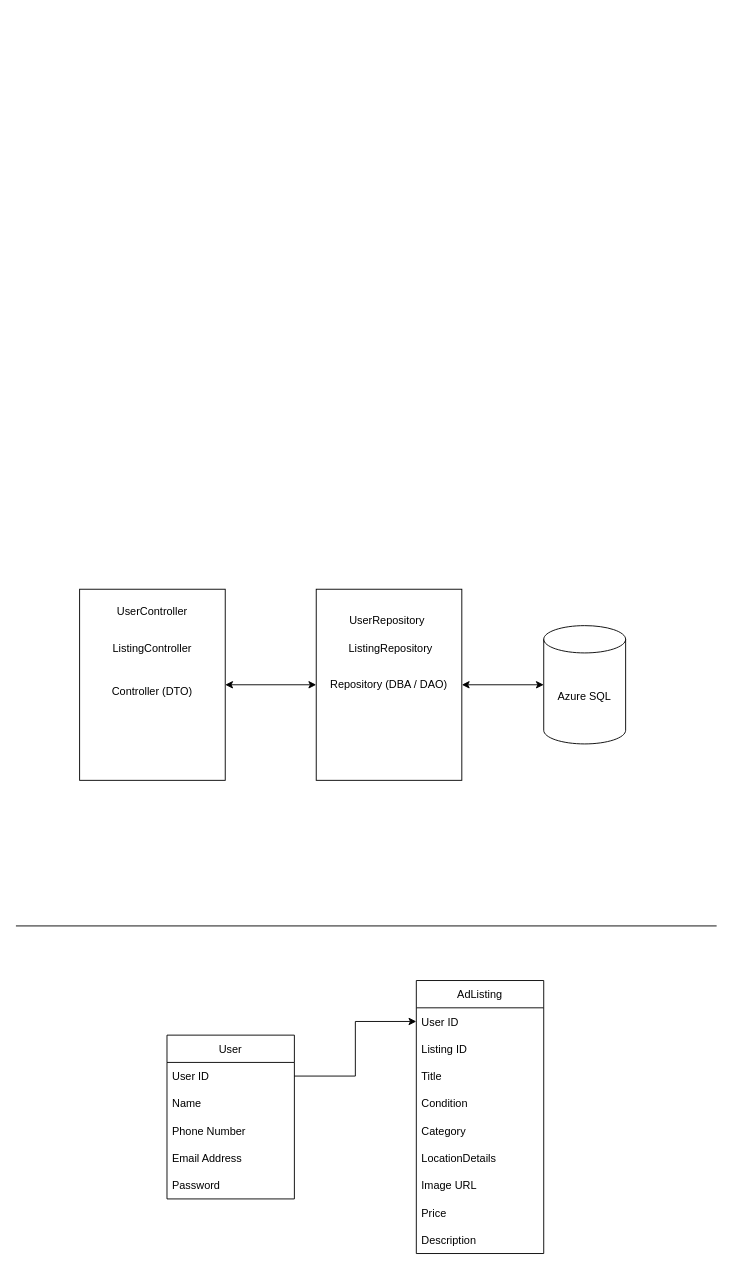
The draw.io diagram docs/drawio/Untitled Diagram.drawio in devin-efendy/fujiji, before the edit. Source tidied: cells renumbered, new cells numbered last; positions are measured from the earlier drawing's top-left corner, leaving out a move shared by most shapes. Both pictures are drawn from the tidied source at 91%, with x=0, y=0 at pixel (15, 589).
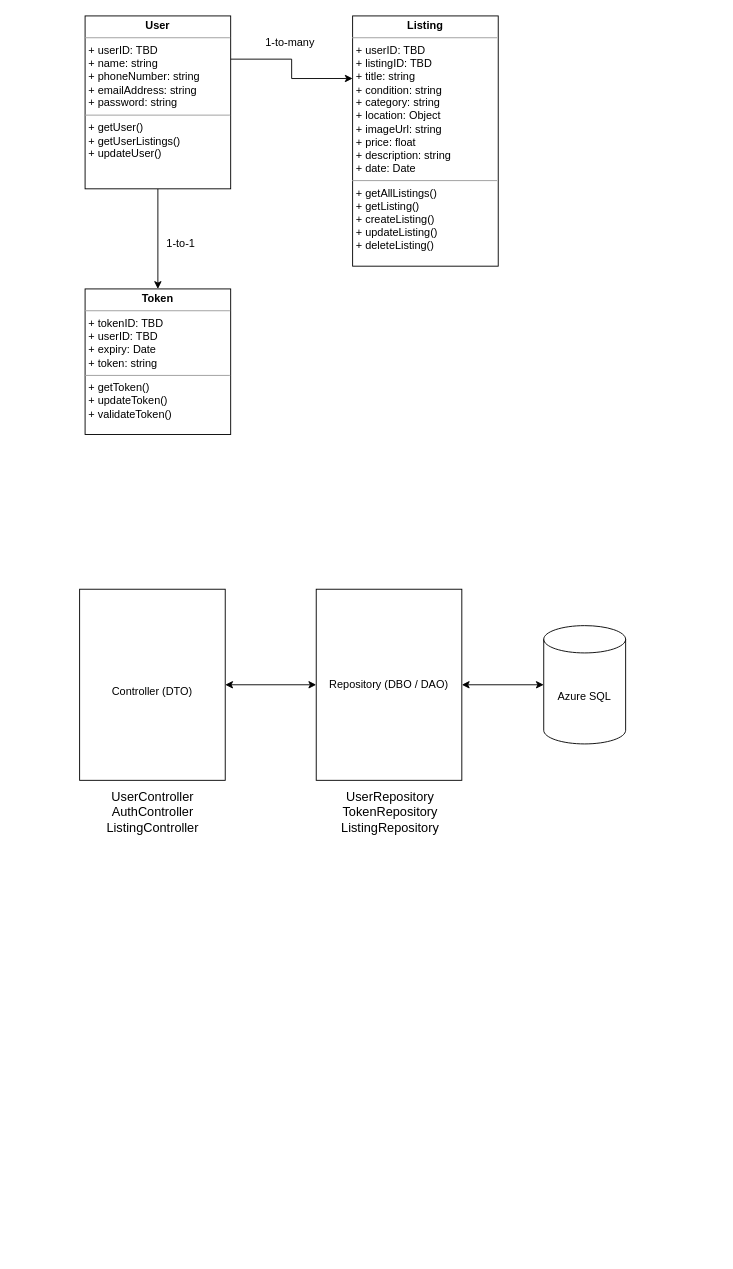
The same page after the edit.

Commit message:
Finished ClassDiagram

Unchanged cells that the change refers to:
```xml
<mxCell id="18" value="&lt;br&gt;Controller (DTO)" style="rounded=0;whiteSpace=wrap;html=1;" parent="1" vertex="1">
  <mxGeometry x="70" width="160" height="210" as="geometry" />
</mxCell>
<mxCell id="20" value="Azure SQL" style="shape=cylinder3;whiteSpace=wrap;html=1;boundedLbl=1;backgroundOutline=1;size=15;" parent="1" vertex="1">
  <mxGeometry x="580" y="40" width="90" height="130" as="geometry" />
</mxCell>
```

What changed in the source:
```diff
@@
-    <mxCell id="2" value="User" style="swimlane;fontStyle=0;horizontal=1;startSize=30;" parent="1" vertex="1">
-      <mxGeometry x="166" y="490" width="140" height="180" as="geometry" />
-    </mxCell>
-    <mxCell id="3" value="User ID" style="text;strokeColor=none;fillColor=none;align=left;verticalAlign=middle;spacingLeft=4;spacingRight=4;overflow=hidden;points=[[0,0.5],[1,0.5]];portConstraint=eastwest;" parent="2" vertex="1">
-      <mxGeometry y="30" width="140" height="30" as="geometry" />
-    </mxCell>
-    <mxCell id="4" value="Name" style="text;strokeColor=none;fillColor=none;align=left;verticalAlign=middle;spacingLeft=4;spacingRight=4;overflow=hidden;" parent="2" vertex="1">
-      <mxGeometry y="60" width="140" height="30" as="geometry" />
-    </mxCell>
-    <mxCell id="5" value="Phone Number" style="text;strokeColor=none;fillColor=none;align=left;verticalAlign=middle;spacingLeft=4;spacingRight=4;overflow=hidden;" parent="2" vertex="1">
-      <mxGeometry y="90" width="140" height="30" as="geometry" />
-    </mxCell>
-    <mxCell id="6" value="Email Address" style="text;strokeColor=none;fillColor=none;align=left;verticalAlign=middle;spacingLeft=4;spacingRight=4;overflow=hidden;" parent="2" vertex="1">
-      <mxGeometry y="120" width="140" height="30" as="geometry" />
-    </mxCell>
-    <mxCell id="7" value="Password" style="text;strokeColor=none;fillColor=none;align=left;verticalAlign=middle;spacingLeft=4;spacingRight=4;overflow=hidden;" parent="2" vertex="1">
-      <mxGeometry y="150" width="140" height="30" as="geometry" />
-    </mxCell>
-    <mxCell id="8" value="AdListing" style="swimlane;fontStyle=0;horizontal=1;startSize=30;" parent="1" vertex="1">
-      <mxGeometry x="440" y="430" width="140" height="300" as="geometry" />
-    </mxCell>
-    <mxCell id="9" value="User ID" style="text;strokeColor=none;fillColor=none;align=left;verticalAlign=middle;spacingLeft=4;spacingRight=4;overflow=hidden;points=[[0,0.5],[1,0.5]];portConstraint=eastwest;" parent="8" vertex="1">
-      <mxGeometry y="30" width="140" height="30" as="geometry" />
-    </mxCell>
-    <mxCell id="10" value="Listing ID" style="text;strokeColor=none;fillColor=none;align=left;verticalAlign=middle;spacingLeft=4;spacingRight=4;overflow=hidden;" parent="8" vertex="1">
-      <mxGeometry y="60" width="140" height="30" as="geometry" />
-    </mxCell>
-    <mxCell id="11" value="Title" style="text;strokeColor=none;fillColor=none;align=left;verticalAlign=middle;spacingLeft=4;spacingRight=4;overflow=hidden;" parent="8" vertex="1">
-      <mxGeometry y="90" width="140" height="30" as="geometry" />
-    </mxCell>
-    <mxCell id="12" value="Condition" style="text;strokeColor=none;fillColor=none;align=left;verticalAlign=middle;spacingLeft=4;spacingRight=4;overflow=hidden;" parent="8" vertex="1">
-      <mxGeometry y="120" width="140" height="30" as="geometry" />
-    </mxCell>
-    <mxCell id="13" value="Category" style="text;strokeColor=none;fillColor=none;align=left;verticalAlign=middle;spacingLeft=4;spacingRight=4;overflow=hidden;" parent="8" vertex="1">
-      <mxGeometry y="150" width="140" height="30" as="geometry" />
-    </mxCell>
-    <mxCell id="14" value="LocationDetails" style="text;strokeColor=none;fillColor=none;align=left;verticalAlign=middle;spacingLeft=4;spacingRight=4;overflow=hidden;" parent="8" vertex="1">
-      <mxGeometry y="180" width="140" height="30" as="geometry" />
-    </mxCell>
-    <mxCell id="15" value="Image URL" style="text;strokeColor=none;fillColor=none;align=left;verticalAlign=middle;spacingLeft=4;spacingRight=4;overflow=hidden;" parent="8" vertex="1">
-      <mxGeometry y="210" width="140" height="30" as="geometry" />
-    </mxCell>
-    <mxCell id="16" value="Price" style="text;strokeColor=none;fillColor=none;align=left;verticalAlign=middle;spacingLeft=4;spacingRight=4;overflow=hidden;" parent="8" vertex="1">
-      <mxGeometry y="240" width="140" height="30" as="geometry" />
-    </mxCell>
-    <mxCell id="17" value="Description" style="text;strokeColor=none;fillColor=none;align=left;verticalAlign=middle;spacingLeft=4;spacingRight=4;overflow=hidden;" parent="8" vertex="1">
-      <mxGeometry y="270" width="140" height="30" as="geometry" />
-    </mxCell>
+    <mxCell id="29" style="edgeStyle=orthogonalEdgeStyle;rounded=0;jettySize=auto;html=1;exitX=1;exitY=0.25;exitDx=0;exitDy=0;entryX=0;entryY=0.25;entryDx=0;entryDy=0;" parent="1" edge="1" source="31" target="32">
+      <mxGeometry relative="1" as="geometry" />
+    </mxCell>
+    <mxCell id="30" style="edgeStyle=orthogonalEdgeStyle;rounded=0;jettySize=auto;html=1;exitX=0.5;exitY=1;exitDx=0;exitDy=0;entryX=0.5;entryY=0;entryDx=0;entryDy=0;" parent="1" edge="1" source="31" target="33">
+      <mxGeometry relative="1" as="geometry" />
+    </mxCell>
+    <mxCell id="31" value="&lt;p style=&quot;margin: 0px ; margin-top: 4px ; text-align: center&quot;&gt;&lt;b&gt;User&lt;/b&gt;&lt;/p&gt;&lt;hr size=&quot;1&quot;&gt;&lt;p style=&quot;margin: 0px ; margin-left: 4px&quot;&gt;+ userID: TBD&lt;/p&gt;&lt;p style=&quot;margin: 0px ; margin-left: 4px&quot;&gt;+ name: string&lt;/p&gt;&lt;p style=&quot;margin: 0px ; margin-left: 4px&quot;&gt;+ phoneNumber: string&lt;/p&gt;&lt;p style=&quot;margin: 0px ; margin-left: 4px&quot;&gt;+ emailAddress: string&lt;/p&gt;&lt;p style=&quot;margin: 0px ; margin-left: 4px&quot;&gt;+ password: string&lt;/p&gt;&lt;hr size=&quot;1&quot;&gt;&lt;p style=&quot;margin: 0px ; margin-left: 4px&quot;&gt;+ getUser()&lt;/p&gt;&lt;p style=&quot;margin: 0px ; margin-left: 4px&quot;&gt;+ getUserListings()&lt;/p&gt;&lt;p style=&quot;margin: 0px ; margin-left: 4px&quot;&gt;+ updateUser()&lt;/p&gt;" style="verticalAlign=top;align=left;overflow=fill;fontSize=12;fontFamily=Helvetica;html=1;" parent="1" vertex="1">
+      <mxGeometry x="76" y="-630" width="160" height="190" as="geometry" />
+    </mxCell>
+    <mxCell id="32" value="&lt;p style=&quot;margin: 0px ; margin-top: 4px ; text-align: center&quot;&gt;&lt;b&gt;Listing&lt;/b&gt;&lt;/p&gt;&lt;hr size=&quot;1&quot;&gt;&lt;p style=&quot;margin: 0px ; margin-left: 4px&quot;&gt;+ userID: TBD&lt;/p&gt;&lt;p style=&quot;margin: 0px ; margin-left: 4px&quot;&gt;+ listingID: TBD&lt;br&gt;&lt;/p&gt;&lt;p style=&quot;margin: 0px ; margin-left: 4px&quot;&gt;+ title: string&lt;/p&gt;&lt;p style=&quot;margin: 0px ; margin-left: 4px&quot;&gt;+ condition: string&lt;/p&gt;&lt;p style=&quot;margin: 0px ; margin-left: 4px&quot;&gt;+ category: string&lt;/p&gt;&lt;p style=&quot;margin: 0px ; margin-left: 4px&quot;&gt;+ location: Object&lt;/p&gt;&lt;p style=&quot;margin: 0px ; margin-left: 4px&quot;&gt;+ imageUrl: string&lt;/p&gt;&lt;p style=&quot;margin: 0px ; margin-left: 4px&quot;&gt;+ price: float&lt;/p&gt;&lt;p style=&quot;margin: 0px ; margin-left: 4px&quot;&gt;+ description: string&lt;/p&gt;&lt;p style=&quot;margin: 0px ; margin-left: 4px&quot;&gt;+ date: Date&lt;/p&gt;&lt;hr size=&quot;1&quot;&gt;&lt;p style=&quot;margin: 0px ; margin-left: 4px&quot;&gt;+ getAllListings()&lt;br&gt;&lt;/p&gt;&lt;p style=&quot;margin: 0px ; margin-left: 4px&quot;&gt;+ getListing()&lt;/p&gt;&lt;p style=&quot;margin: 0px ; margin-left: 4px&quot;&gt;+ createListing()&lt;/p&gt;&lt;p style=&quot;margin: 0px ; margin-left: 4px&quot;&gt;+ updateListing()&lt;/p&gt;&lt;p style=&quot;margin: 0px ; margin-left: 4px&quot;&gt;+ deleteListing()&lt;/p&gt;" style="verticalAlign=top;align=left;overflow=fill;fontSize=12;fontFamily=Helvetica;html=1;" parent="1" vertex="1">
+      <mxGeometry x="370" y="-630" width="160" height="275" as="geometry" />
+    </mxCell>
+    <mxCell id="33" value="&lt;p style=&quot;margin: 0px ; margin-top: 4px ; text-align: center&quot;&gt;&lt;b&gt;Token&lt;/b&gt;&lt;/p&gt;&lt;hr size=&quot;1&quot;&gt;&lt;p style=&quot;margin: 0px ; margin-left: 4px&quot;&gt;+ tokenID: TBD&lt;/p&gt;&lt;p style=&quot;margin: 0px ; margin-left: 4px&quot;&gt;+ userID: TBD&lt;/p&gt;&lt;p style=&quot;margin: 0px ; margin-left: 4px&quot;&gt;+ expiry: Date&lt;/p&gt;&lt;p style=&quot;margin: 0px ; margin-left: 4px&quot;&gt;+ token: string&lt;/p&gt;&lt;hr size=&quot;1&quot;&gt;&lt;p style=&quot;margin: 0px ; margin-left: 4px&quot;&gt;+ getToken()&lt;/p&gt;&lt;p style=&quot;margin: 0px ; margin-left: 4px&quot;&gt;+ updateToken()&lt;/p&gt;&lt;p style=&quot;margin: 0px ; margin-left: 4px&quot;&gt;+ validateToken()&lt;/p&gt;" style="verticalAlign=top;align=left;overflow=fill;fontSize=12;fontFamily=Helvetica;html=1;" parent="1" vertex="1">
+      <mxGeometry x="76" y="-330" width="160" height="160" as="geometry" />
+    </mxCell>
+    <mxCell id="34" value="1-to-many" style="text;html=1;align=center;verticalAlign=middle;strokeColor=none;fillColor=none;" parent="1" vertex="1">
+      <mxGeometry x="266" y="-610" width="70" height="20" as="geometry" />
+    </mxCell>
+    <mxCell id="35" value="1-to-1" style="text;html=1;align=center;verticalAlign=middle;strokeColor=none;fillColor=none;" parent="1" vertex="1">
+      <mxGeometry x="156" y="-390" width="50" height="20" as="geometry" />
+    </mxCell>
@@
-    <mxCell id="19" value="Repository (DBA / DAO)" style="rounded=0;whiteSpace=wrap;html=1;" parent="1" vertex="1">
-      <mxGeometry x="330" width="160" height="210" as="geometry" />
-    </mxCell>
+    <mxCell id="36" value="Repository (DBO / DAO)" style="rounded=0;whiteSpace=wrap;html=1;" parent="1" vertex="1">
+      <mxGeometry x="330" width="160" height="210" as="geometry" />
+    </mxCell>
@@
-    <mxCell id="21" style="endArrow=none;html=1;rounded=0;" parent="1" edge="1">
-      <mxGeometry relative="1" as="geometry">
-        <mxPoint y="370" as="sourcePoint" />
-        <mxPoint x="770" y="370" as="targetPoint" />
-      </mxGeometry>
-    </mxCell>
-    <mxCell id="22" style="endArrow=classic;startArrow=classic;html=1;rounded=0;entryX=0;entryY=0.5;entryDx=0;entryDy=0;entryPerimeter=0;exitX=1;exitY=0.5;exitDx=0;exitDy=0;" parent="1" edge="1" source="19" target="20">
-      <mxGeometry relative="1" as="geometry" />
-    </mxCell>
-    <mxCell id="23" style="endArrow=classic;startArrow=classic;html=1;rounded=0;exitX=1;exitY=0.5;exitDx=0;exitDy=0;entryX=0;entryY=0.5;entryDx=0;entryDy=0;" parent="1" edge="1" source="18" target="19">
-      <mxGeometry relative="1" as="geometry" />
-    </mxCell>
-    <mxCell id="24" value="UserController" style="text;html=1;strokeColor=none;fillColor=none;align=center;verticalAlign=middle;whiteSpace=wrap;rounded=0;" parent="1" vertex="1">
-      <mxGeometry x="120" y="10" width="60" height="30" as="geometry" />
-    </mxCell>
-    <mxCell id="25" value="ListingController" style="text;html=1;strokeColor=none;fillColor=none;align=center;verticalAlign=middle;whiteSpace=wrap;rounded=0;" parent="1" vertex="1">
-      <mxGeometry x="120" y="50" width="60" height="30" as="geometry" />
-    </mxCell>
-    <mxCell id="26" value="UserRepository" style="text;html=1;strokeColor=none;fillColor=none;align=center;verticalAlign=middle;whiteSpace=wrap;rounded=0;" parent="1" vertex="1">
-      <mxGeometry x="378" y="20" width="60" height="30" as="geometry" />
-    </mxCell>
-    <mxCell id="27" value="ListingRepository" style="text;html=1;strokeColor=none;fillColor=none;align=center;verticalAlign=middle;whiteSpace=wrap;rounded=0;" parent="1" vertex="1">
-      <mxGeometry x="382" y="50" width="60" height="30" as="geometry" />
-    </mxCell>
-    <mxCell id="28" style="edgeStyle=orthogonalEdgeStyle;rounded=0;jettySize=auto;html=1;exitX=1;exitY=0.5;exitDx=0;exitDy=0;entryX=0;entryY=0.5;entryDx=0;entryDy=0;" parent="1" edge="1" source="3" target="9">
-      <mxGeometry relative="1" as="geometry" />
-    </mxCell>
+    <mxCell id="37" style="endArrow=classic;startArrow=classic;html=1;rounded=0;entryX=0;entryY=0.5;entryDx=0;entryDy=0;entryPerimeter=0;exitX=1;exitY=0.5;exitDx=0;exitDy=0;" parent="1" edge="1" source="36" target="20">
+      <mxGeometry relative="1" as="geometry" />
+    </mxCell>
+    <mxCell id="38" style="endArrow=classic;startArrow=classic;html=1;rounded=0;exitX=1;exitY=0.5;exitDx=0;exitDy=0;entryX=0;entryY=0.5;entryDx=0;entryDy=0;" parent="1" edge="1" source="18" target="36">
+      <mxGeometry relative="1" as="geometry" />
+    </mxCell>
+    <mxCell id="39" value="&lt;font style=&quot;font-size: 14px&quot;&gt;UserController&lt;br&gt;AuthController&lt;br&gt;ListingController&lt;/font&gt;" style="text;html=1;align=center;verticalAlign=middle;strokeColor=none;fillColor=none;" parent="1" vertex="1">
+      <mxGeometry x="90" y="220" width="120" height="50" as="geometry" />
+    </mxCell>
+    <mxCell id="40" value="&lt;font style=&quot;font-size: 14px&quot;&gt;UserRepository&lt;br&gt;TokenRepository&lt;br&gt;ListingRepository&lt;/font&gt;" style="text;html=1;align=center;verticalAlign=middle;strokeColor=none;fillColor=none;" parent="1" vertex="1">
+      <mxGeometry x="351" y="220" width="120" height="50" as="geometry" />
+    </mxCell>
```
